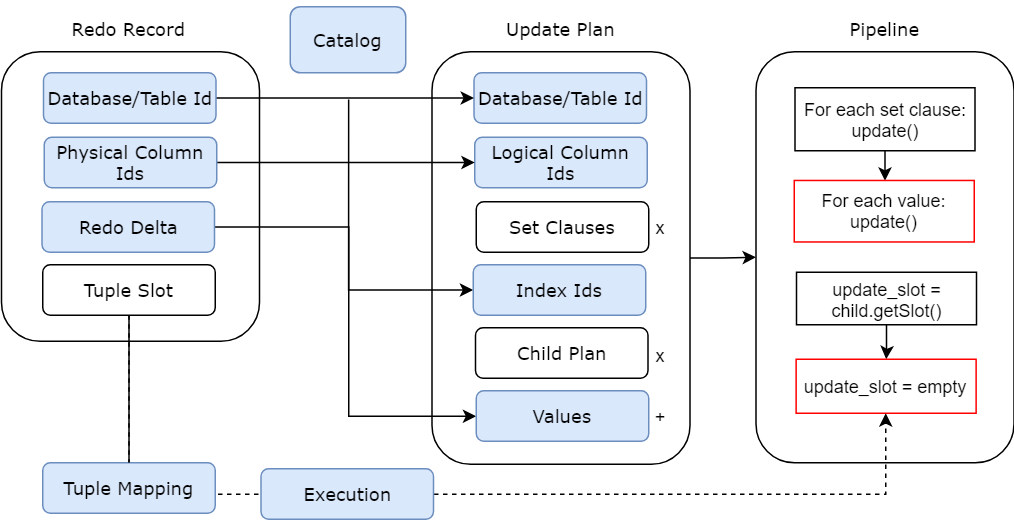
The draw.io diagram images/UpdateConversion.png in tpan496/Thesis, before a commit. Source tidied: cells renumbered, new cells last; positions are measured from the earlier drawing's top-left corner, leaving out a move shared by most shapes. Its diagram source:
```xml
<mxGraphModel>
  <root>
    <mxCell id="0" />
    <mxCell id="1" parent="0" />
    <mxCell id="2" value="&lt;font face=&quot;Verdana&quot;&gt;&lt;br&gt;&lt;/font&gt;" style="rounded=1;whiteSpace=wrap;html=1;" parent="1" vertex="1">
      <mxGeometry x="0.5" y="30" width="172" height="193" as="geometry" />
    </mxCell>
    <mxCell id="3" style="edgeStyle=orthogonalEdgeStyle;rounded=0;jettySize=auto;html=1;exitX=1;exitY=0.5;exitDx=0;exitDy=0;" parent="1" edge="1" source="4" target="21">
      <mxGeometry relative="1" as="geometry" />
    </mxCell>
    <mxCell id="4" style="rounded=1;whiteSpace=wrap;html=1;" parent="1" vertex="1">
      <mxGeometry x="287.5" y="30" width="172" height="275" as="geometry" />
    </mxCell>
    <mxCell id="5" value="&lt;font face=&quot;Verdana&quot;&gt;Redo Record&lt;/font&gt;" style="text;html=1;strokeColor=none;fillColor=none;align=center;verticalAlign=middle;whiteSpace=wrap;rounded=0;" parent="1" vertex="1">
      <mxGeometry x="26.5" y="5" width="117" height="20" as="geometry" />
    </mxCell>
    <mxCell id="6" value="&lt;p&gt;&lt;font face=&quot;Verdana&quot;&gt;Update Plan&lt;/font&gt;&lt;/p&gt;" style="text;html=1;strokeColor=none;fillColor=none;align=center;verticalAlign=middle;whiteSpace=wrap;rounded=0;" parent="1" vertex="1">
      <mxGeometry x="315" y="5" width="117" height="20" as="geometry" />
    </mxCell>
    <mxCell id="7" value="&lt;font face=&quot;Verdana&quot;&gt;Database/Table Id&lt;/font&gt;" style="rounded=1;whiteSpace=wrap;html=1;fillColor=#dae8fc;strokeColor=#6c8ebf;" parent="1" vertex="1">
      <mxGeometry x="315.5" y="44" width="115" height="33.6" as="geometry" />
    </mxCell>
    <mxCell id="8" value="&lt;font face=&quot;Verdana&quot;&gt;Logical Column Ids&lt;/font&gt;" style="rounded=1;whiteSpace=wrap;html=1;fillColor=#dae8fc;strokeColor=#6c8ebf;" parent="1" vertex="1">
      <mxGeometry x="316" y="87" width="115" height="33.6" as="geometry" />
    </mxCell>
    <mxCell id="9" value="&lt;font face=&quot;Verdana&quot;&gt;Set Clauses&lt;/font&gt;" style="rounded=1;whiteSpace=wrap;html=1;" parent="1" vertex="1">
      <mxGeometry x="317" y="130" width="115" height="33.6" as="geometry" />
    </mxCell>
    <mxCell id="10" style="edgeStyle=orthogonalEdgeStyle;rounded=0;jettySize=auto;html=1;exitX=0;exitY=0.5;exitDx=0;exitDy=0;endArrow=none;endFill=0;startArrow=classic;startFill=1;" parent="1" edge="1" source="11">
      <mxGeometry relative="1" as="geometry">
        <mxPoint x="231.9" y="61.8" as="targetPoint" />
      </mxGeometry>
    </mxCell>
    <mxCell id="11" value="&lt;font face=&quot;Verdana&quot;&gt;Index Ids&lt;/font&gt;" style="rounded=1;whiteSpace=wrap;html=1;fillColor=#dae8fc;strokeColor=#6c8ebf;" parent="1" vertex="1">
      <mxGeometry x="315" y="172" width="115" height="33.6" as="geometry" />
    </mxCell>
    <mxCell id="12" style="edgeStyle=orthogonalEdgeStyle;rounded=0;jettySize=auto;html=1;exitX=1;exitY=0.5;exitDx=0;exitDy=0;endArrow=classic;endFill=1;" parent="1" edge="1" source="13" target="7">
      <mxGeometry relative="1" as="geometry" />
    </mxCell>
    <mxCell id="13" value="&lt;font face=&quot;Verdana&quot;&gt;Database/Table Id&lt;/font&gt;" style="rounded=1;whiteSpace=wrap;html=1;fillColor=#dae8fc;strokeColor=#6c8ebf;" parent="1" vertex="1">
      <mxGeometry x="28.5" y="44" width="115" height="33.6" as="geometry" />
    </mxCell>
    <mxCell id="14" style="edgeStyle=orthogonalEdgeStyle;rounded=0;jettySize=auto;html=1;exitX=1;exitY=0.5;exitDx=0;exitDy=0;endArrow=classic;endFill=1;" parent="1" edge="1" source="15" target="8">
      <mxGeometry relative="1" as="geometry" />
    </mxCell>
    <mxCell id="15" value="&lt;font face=&quot;Verdana&quot;&gt;Physical Column Ids&lt;/font&gt;" style="rounded=1;whiteSpace=wrap;html=1;fillColor=#dae8fc;strokeColor=#6c8ebf;" parent="1" vertex="1">
      <mxGeometry x="29" y="87" width="115" height="33.6" as="geometry" />
    </mxCell>
    <mxCell id="16" value="&lt;font face=&quot;Verdana&quot;&gt;Catalog&lt;/font&gt;" style="rounded=1;whiteSpace=wrap;html=1;fillColor=#dae8fc;strokeColor=#6c8ebf;" parent="1" vertex="1">
      <mxGeometry x="193" width="77" height="44" as="geometry" />
    </mxCell>
    <mxCell id="17" style="edgeStyle=orthogonalEdgeStyle;rounded=0;jettySize=auto;html=1;exitX=1;exitY=0.5;exitDx=0;exitDy=0;endArrow=classic;endFill=1;" parent="1" edge="1" source="18" target="24">
      <mxGeometry relative="1" as="geometry">
        <Array as="points">
          <mxPoint x="232" y="147" />
          <mxPoint x="232" y="273" />
        </Array>
      </mxGeometry>
    </mxCell>
    <mxCell id="18" value="&lt;font face=&quot;Verdana&quot;&gt;Redo Delta&lt;/font&gt;" style="rounded=1;whiteSpace=wrap;html=1;fillColor=#dae8fc;strokeColor=#6c8ebf;" parent="1" vertex="1">
      <mxGeometry x="27.5" y="130" width="115" height="33.6" as="geometry" />
    </mxCell>
    <mxCell id="19" style="edgeStyle=orthogonalEdgeStyle;rounded=0;jettySize=auto;html=1;exitX=0.5;exitY=1;exitDx=0;exitDy=0;endArrow=none;endFill=0;" parent="1" edge="1" source="20" target="36">
      <mxGeometry relative="1" as="geometry" />
    </mxCell>
    <mxCell id="20" value="&lt;font face=&quot;Verdana&quot;&gt;Tuple Slot&lt;/font&gt;" style="rounded=1;whiteSpace=wrap;html=1;" parent="1" vertex="1">
      <mxGeometry x="28" y="172" width="115" height="33.6" as="geometry" />
    </mxCell>
    <mxCell id="21" style="rounded=1;whiteSpace=wrap;html=1;" parent="1" vertex="1">
      <mxGeometry x="503.5" y="30" width="172" height="274" as="geometry" />
    </mxCell>
    <mxCell id="22" value="&lt;p&gt;&lt;font face=&quot;Verdana&quot;&gt;Pipeline&lt;/font&gt;&lt;/p&gt;" style="text;html=1;strokeColor=none;fillColor=none;align=center;verticalAlign=middle;whiteSpace=wrap;rounded=0;" parent="1" vertex="1">
      <mxGeometry x="531" y="5" width="117" height="20" as="geometry" />
    </mxCell>
    <mxCell id="23" value="&lt;font face=&quot;Verdana&quot;&gt;Child Plan&lt;/font&gt;" style="rounded=1;whiteSpace=wrap;html=1;" parent="1" vertex="1">
      <mxGeometry x="316.5" y="214" width="115" height="33.6" as="geometry" />
    </mxCell>
    <mxCell id="24" value="&lt;font face=&quot;Verdana&quot;&gt;Values&lt;/font&gt;" style="rounded=1;whiteSpace=wrap;html=1;fillColor=#dae8fc;strokeColor=#6c8ebf;" parent="1" vertex="1">
      <mxGeometry x="317" y="256" width="115" height="33.6" as="geometry" />
    </mxCell>
    <mxCell id="25" value="x" style="text;html=1;strokeColor=none;fillColor=none;align=center;verticalAlign=middle;whiteSpace=wrap;rounded=0;" parent="1" vertex="1">
      <mxGeometry x="419.5" y="222" width="40" height="20" as="geometry" />
    </mxCell>
    <mxCell id="26" value="x" style="text;html=1;strokeColor=none;fillColor=none;align=center;verticalAlign=middle;whiteSpace=wrap;rounded=0;" parent="1" vertex="1">
      <mxGeometry x="419.5" y="136.8" width="40" height="20" as="geometry" />
    </mxCell>
    <mxCell id="27" style="edgeStyle=orthogonalEdgeStyle;rounded=0;jettySize=auto;html=1;exitX=0.5;exitY=1;exitDx=0;exitDy=0;" parent="1" edge="1" source="28" target="29">
      <mxGeometry relative="1" as="geometry" />
    </mxCell>
    <mxCell id="28" value="For each set clause:&lt;br&gt;update()" style="rounded=0;whiteSpace=wrap;html=1;fillColor=none;" parent="1" vertex="1">
      <mxGeometry x="529.5" y="54" width="120" height="42" as="geometry" />
    </mxCell>
    <mxCell id="29" value="For each value:&lt;br&gt;update()" style="rounded=0;whiteSpace=wrap;html=1;fillColor=none;strokeColor=#FF0000;" parent="1" vertex="1">
      <mxGeometry x="529" y="115.8" width="120" height="41" as="geometry" />
    </mxCell>
    <mxCell id="30" style="edgeStyle=orthogonalEdgeStyle;rounded=0;jettySize=auto;html=1;exitX=0.5;exitY=1;exitDx=0;exitDy=0;" parent="1" edge="1" source="31" target="32">
      <mxGeometry relative="1" as="geometry" />
    </mxCell>
    <mxCell id="31" value="update_slot = child.getSlot()" style="rounded=0;whiteSpace=wrap;html=1;fillColor=none;" parent="1" vertex="1">
      <mxGeometry x="530.5" y="177" width="120" height="35" as="geometry" />
    </mxCell>
    <mxCell id="32" value="update_slot = empty" style="rounded=0;whiteSpace=wrap;html=1;fillColor=none;strokeColor=#FF0000;" parent="1" vertex="1">
      <mxGeometry x="530.2" y="235" width="120" height="36" as="geometry" />
    </mxCell>
    <mxCell id="33" style="edgeStyle=orthogonalEdgeStyle;rounded=0;jettySize=auto;html=1;exitX=0.5;exitY=1;exitDx=0;exitDy=0;dashed=1;startArrow=none;" parent="1" edge="1" source="36" target="32">
      <mxGeometry relative="1" as="geometry">
        <Array as="points">
          <mxPoint x="86" y="325" />
          <mxPoint x="590" y="325" />
        </Array>
      </mxGeometry>
    </mxCell>
    <mxCell id="34" value="&lt;font face=&quot;Verdana&quot;&gt;Execution&lt;/font&gt;" style="rounded=1;whiteSpace=wrap;html=1;fillColor=#dae8fc;strokeColor=#6c8ebf;" parent="1" vertex="1">
      <mxGeometry x="173.5" y="308" width="115" height="33.6" as="geometry" />
    </mxCell>
    <mxCell id="35" value="+" style="text;html=1;strokeColor=none;fillColor=none;align=center;verticalAlign=middle;whiteSpace=wrap;rounded=0;" parent="1" vertex="1">
      <mxGeometry x="419.5" y="262.8" width="40" height="20" as="geometry" />
    </mxCell>
    <mxCell id="36" value="&lt;font face=&quot;Verdana&quot;&gt;Tuple Mapping&lt;/font&gt;" style="rounded=1;whiteSpace=wrap;html=1;fillColor=#dae8fc;strokeColor=#6c8ebf;" parent="1" vertex="1">
      <mxGeometry x="28" y="304" width="115" height="33.6" as="geometry" />
    </mxCell>
    <mxCell id="37" style="edgeStyle=orthogonalEdgeStyle;rounded=0;jettySize=auto;html=1;exitX=0.5;exitY=1;exitDx=0;exitDy=0;dashed=1;endArrow=none;" parent="1" edge="1" source="20" target="36">
      <mxGeometry relative="1" as="geometry" />
    </mxCell>
  </root>
</mxGraphModel>
```
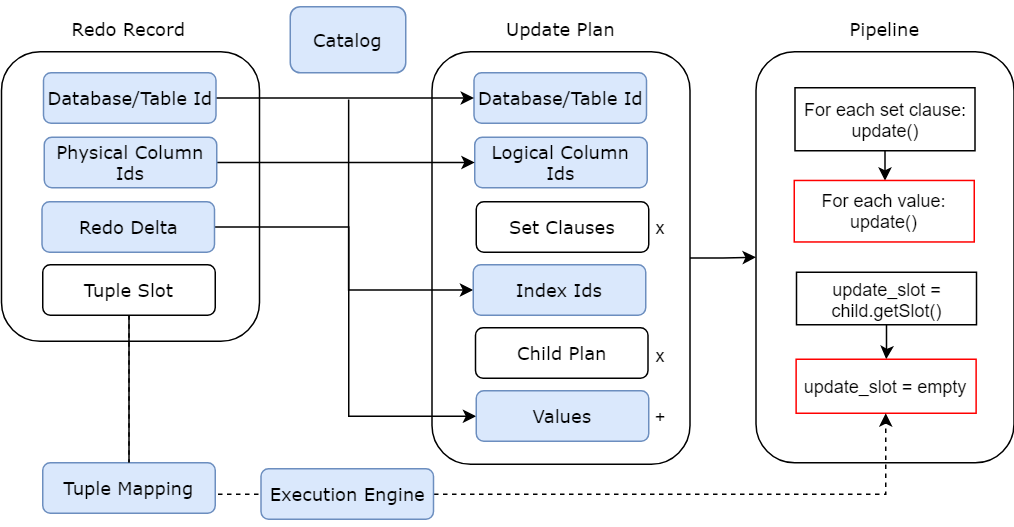
After the commit.

What changed in the source:
```diff
@@ -110,7 +110,7 @@
         </Array>
       </mxGeometry>
     </mxCell>
-    <mxCell id="34" value="&lt;font face=&quot;Verdana&quot;&gt;Execution&lt;/font&gt;" style="rounded=1;whiteSpace=wrap;html=1;fillColor=#dae8fc;strokeColor=#6c8ebf;" parent="1" vertex="1">
+    <mxCell id="34" value="&lt;font face=&quot;Verdana&quot;&gt;Execution Engine&lt;/font&gt;" style="rounded=1;whiteSpace=wrap;html=1;fillColor=#dae8fc;strokeColor=#6c8ebf;" parent="1" vertex="1">
       <mxGeometry x="173.5" y="308" width="115" height="33.6" as="geometry" />
     </mxCell>
     <mxCell id="35" value="+" style="text;html=1;strokeColor=none;fillColor=none;align=center;verticalAlign=middle;whiteSpace=wrap;rounded=0;" parent="1" vertex="1">
```
